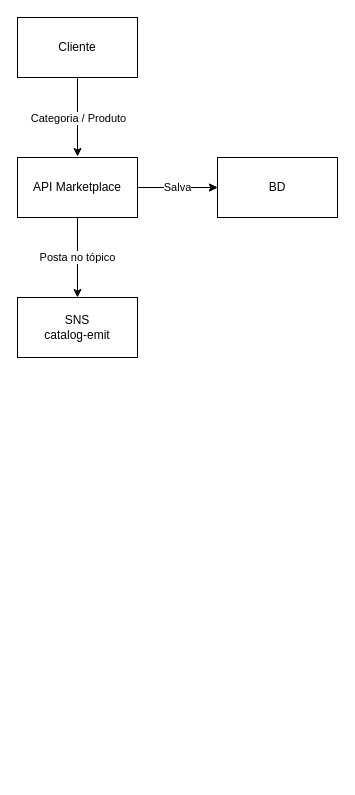
Above: infra-architecture.drawio in MiguelS007/desafio-anotaai-backend (draw.io), before the change. Source tidied: cells renumbered, new cells numbered last; positions are measured from the earlier drawing's top-left corner, leaving out a move shared by most shapes. Both pictures are drawn from the tidied source at 100%, with x=0, y=0 at pixel (17, 17).
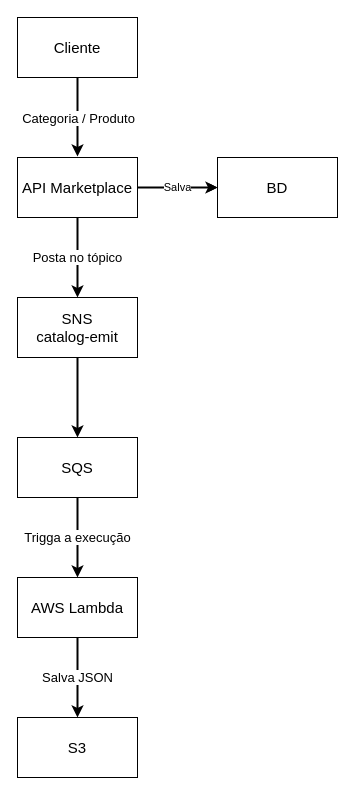
After the change.

Diff of the diagram source:
```diff
@@
 <mxGraphModel>
   <root>
     <mxCell id="0" />
     <mxCell id="1" parent="0" />
-    <mxCell id="2" value="Cliente&lt;br&gt;" style="rounded=0;whiteSpace=wrap;html=1;" parent="1" vertex="1">
+    <mxCell id="2" value="&lt;font style=&quot;font-size: 15px;&quot;&gt;Cliente&lt;/font&gt;" style="rounded=0;whiteSpace=wrap;html=1;" parent="1" vertex="1">
       <mxGeometry width="120" height="60" as="geometry" />
     </mxCell>
     <mxCell id="3" style="edgeStyle=orthogonalEdgeStyle;rounded=0;jettySize=auto;html=1;" parent="1" edge="1" source="6" target="9">
       <mxGeometry relative="1" as="geometry" />
     </mxCell>
-    <mxCell id="4" value="Salva" style="edgeStyle=orthogonalEdgeStyle;rounded=0;jettySize=auto;html=1;" parent="1" edge="1" source="6" target="9">
+    <mxCell id="4" value="Salva" style="edgeStyle=orthogonalEdgeStyle;rounded=0;jettySize=auto;html=1;strokeWidth=2;" parent="1" edge="1" source="6" target="9">
       <mxGeometry relative="1" as="geometry" />
     </mxCell>
-    <mxCell id="5" value="Posta no tópico" style="edgeStyle=orthogonalEdgeStyle;rounded=0;jettySize=auto;html=1;" parent="1" edge="1" source="6" target="10">
+    <mxCell id="5" value="&lt;font style=&quot;font-size: 13px;&quot;&gt;Posta no tópico&lt;/font&gt;" style="edgeStyle=orthogonalEdgeStyle;rounded=0;jettySize=auto;html=1;strokeWidth=2;" parent="1" edge="1" source="6" target="10">
       <mxGeometry relative="1" as="geometry" />
     </mxCell>
-    <mxCell id="6" value="API Marketplace" style="rounded=0;whiteSpace=wrap;html=1;" parent="1" vertex="1">
+    <mxCell id="6" value="&lt;font style=&quot;font-size: 15px;&quot;&gt;API Marketplace&lt;/font&gt;" style="rounded=0;whiteSpace=wrap;html=1;" parent="1" vertex="1">
       <mxGeometry y="140" width="120" height="60" as="geometry" />
     </mxCell>
-    <mxCell id="7" style="endArrow=classic;html=1;rounded=0;exitX=0.5;exitY=1;exitDx=0;exitDy=0;" parent="1" edge="1" source="2">
+    <mxCell id="7" style="endArrow=classic;html=1;rounded=0;exitX=0.5;exitY=1;exitDx=0;exitDy=0;strokeColor=default;strokeWidth=2;" parent="1" edge="1" source="2">
       <mxGeometry relative="1" as="geometry">
         <mxPoint x="60" y="139" as="targetPoint" />
       </mxGeometry>
     </mxCell>
-    <mxCell id="8" value="Categoria / Produto" style="edgeLabel;html=1;align=center;verticalAlign=middle;" parent="7" vertex="1">
+    <mxCell id="8" value="Categoria / Produto" style="edgeLabel;html=1;align=center;verticalAlign=middle;fontSize=13;" parent="7" vertex="1">
       <mxGeometry relative="1" as="geometry" />
     </mxCell>
-    <mxCell id="9" value="BD" style="rounded=0;whiteSpace=wrap;html=1;" parent="1" vertex="1">
+    <mxCell id="9" value="&lt;font style=&quot;font-size: 15px;&quot;&gt;BD&lt;/font&gt;" style="rounded=0;whiteSpace=wrap;html=1;" parent="1" vertex="1">
       <mxGeometry x="200" y="140" width="120" height="60" as="geometry" />
     </mxCell>
+    <mxCell id="11" style="edgeStyle=orthogonalEdgeStyle;rounded=0;jettySize=auto;html=1;strokeWidth=2;" parent="1" edge="1" source="10" target="13">
+      <mxGeometry relative="1" as="geometry" />
+    </mxCell>
-    <mxCell id="10" value="SNS&lt;br&gt;catalog-emit" style="rounded=0;whiteSpace=wrap;html=1;" parent="1" vertex="1">
+    <mxCell id="10" value="&lt;font style=&quot;font-size: 15px;&quot;&gt;SNS&lt;br&gt;&lt;/font&gt;&lt;font style=&quot;font-size: 15px;&quot;&gt;catalog-emit&lt;/font&gt;" style="rounded=0;whiteSpace=wrap;html=1;" parent="1" vertex="1">
       <mxGeometry y="280" width="120" height="60" as="geometry" />
     </mxCell>
+    <mxCell id="12" value="&lt;font style=&quot;font-size: 13px;&quot;&gt;Trigga a execução&lt;/font&gt;" style="edgeStyle=orthogonalEdgeStyle;rounded=0;jettySize=auto;html=1;strokeWidth=2;" parent="1" edge="1" source="13" target="15">
+      <mxGeometry relative="1" as="geometry" />
+    </mxCell>
+    <mxCell id="13" value="&lt;font style=&quot;font-size: 15px;&quot;&gt;SQS&lt;/font&gt;" style="rounded=0;whiteSpace=wrap;html=1;" parent="1" vertex="1">
+      <mxGeometry y="420" width="120" height="60" as="geometry" />
+    </mxCell>
+    <mxCell id="14" value="&lt;font style=&quot;font-size: 13px;&quot;&gt;Salva JSON&lt;/font&gt;" style="edgeStyle=orthogonalEdgeStyle;rounded=0;jettySize=auto;html=1;strokeWidth=2;" parent="1" edge="1" source="15" target="16">
+      <mxGeometry relative="1" as="geometry" />
+    </mxCell>
+    <mxCell id="15" value="&lt;font style=&quot;font-size: 15px;&quot;&gt;AWS Lambda&lt;/font&gt;" style="rounded=0;whiteSpace=wrap;html=1;" parent="1" vertex="1">
+      <mxGeometry y="560" width="120" height="60" as="geometry" />
+    </mxCell>
+    <mxCell id="16" value="&lt;font style=&quot;font-size: 15px;&quot;&gt;S3&lt;/font&gt;" style="rounded=0;whiteSpace=wrap;html=1;" parent="1" vertex="1">
+      <mxGeometry y="700" width="120" height="60" as="geometry" />
+    </mxCell>
   </root>
 </mxGraphModel>
```
